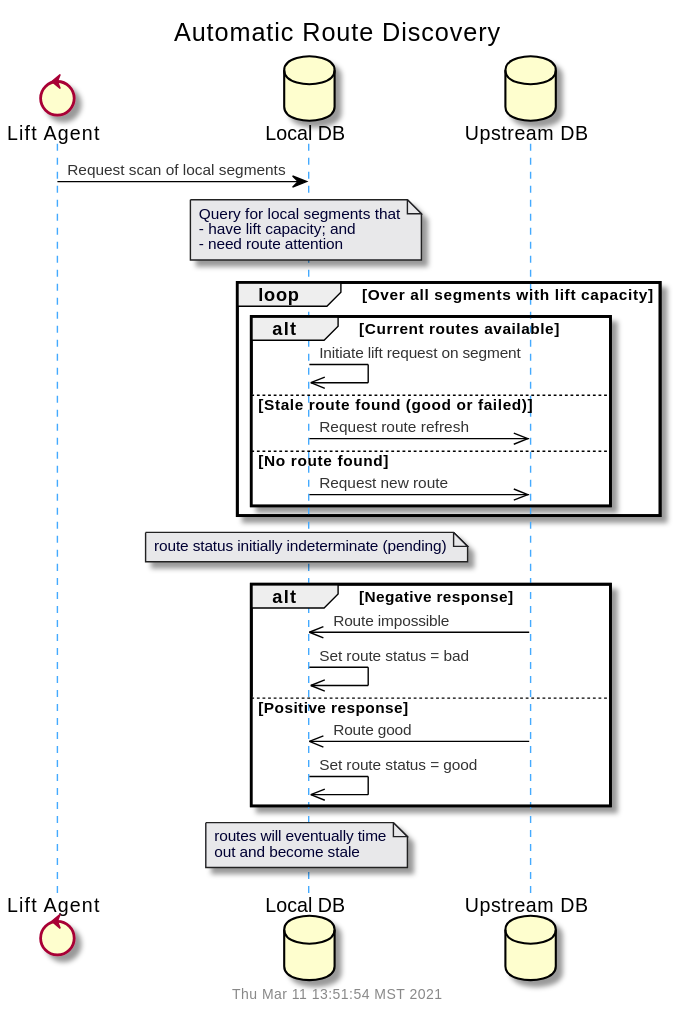
Before: doc/uml/seq-route-auto.svg, a diagram exported from PlantUML (gotchoices/MyCHIPs). Its diagram source:
```plantuml
@startuml
!include common.puml
$title(Automatic Route Discovery)
control "Lift Agent" as agent
database "Local DB" as localDB
database "Upstream DB" as upDB

agent	->	localDB:		Request scan of local segments

note over localDB
  Query for local segments that
  - have lift capacity; and
  - need route attention
end note

loop Over all segments with lift capacity
  alt Current routes available
    localDB	->>	localDB:	Initiate lift request on segment

  else Stale route found (good or failed)
    localDB	->>	upDB:		Request route refresh

  else No route found
    localDB	->>	upDB:		Request new route

  end
end

  note over localDB: route status initially indeterminate (pending)

alt Negative response
  upDB	->>	localDB:		Route impossible
  localDB	->>	localDB:	Set route status = bad

else Positive response
  upDB	->>	localDB:		Route good
  localDB	->>	localDB:	Set route status = good

end
  note over localDB: routes will eventually time\nout and become stale

@enduml
```
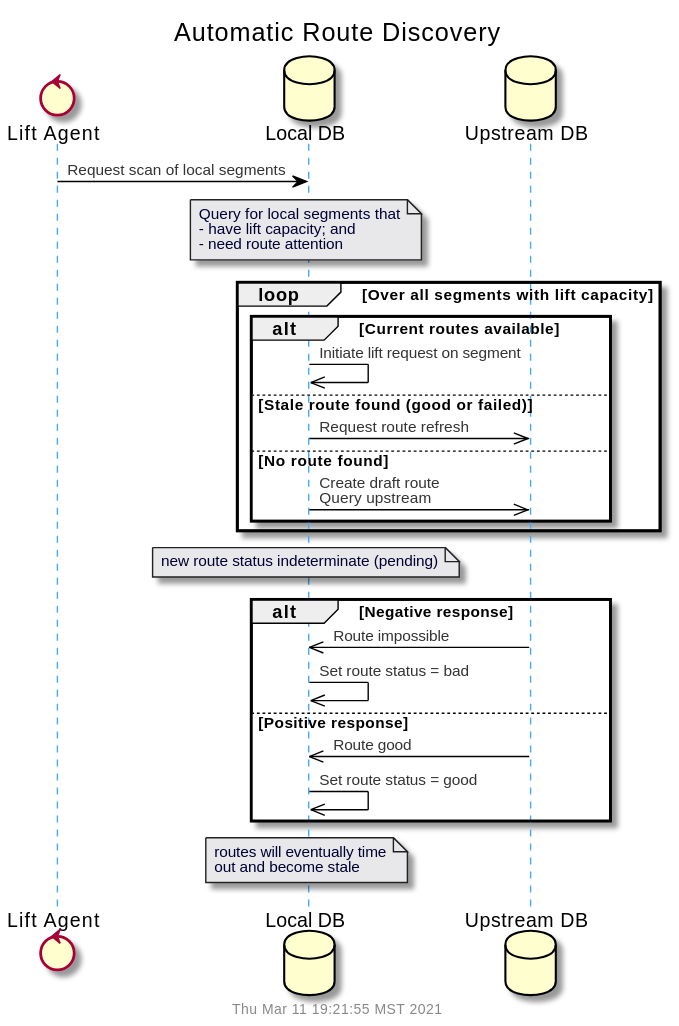
The same file after the commit.

The edit, as a diff of the source:
```diff
@@ -21,12 +21,12 @@
     localDB	->>	upDB:		Request route refresh
 
   else No route found
-    localDB	->>	upDB:		Request new route
+    localDB	->>	upDB:		Create draft route\nQuery upstream
 
   end
 end
 
-  note over localDB: route status initially indeterminate (pending)
+  note over localDB: new route status indeterminate (pending)
 
 alt Negative response
   upDB	->>	localDB:		Route impossible
```
